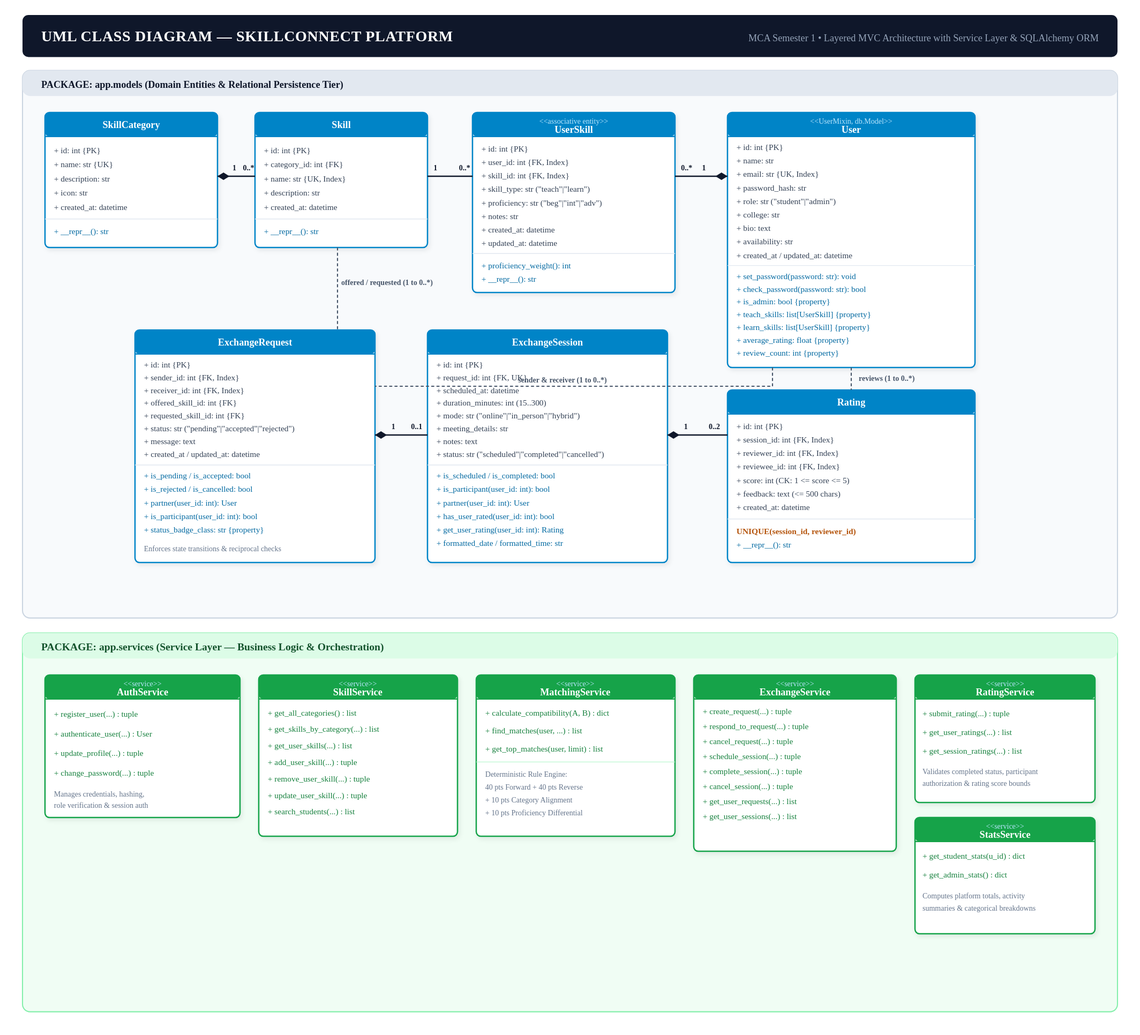
The PlantUML diagram docs/class_diagram.svg in komalbhalshankar/SkillConnect, before a commit. Its source is kept beside it as docs/class_diagram.puml. Source of this version:
```plantuml
@startuml SkillConnect_Class_Diagram
skinparam packageStyle rectangle
skinparam shadowing false
skinparam classAttributeIconSize 0
skinparam classFontStyle bold
skinparam classFontSize 11
skinparam classAttributeFontSize 10
skinparam classBorderColor #0284C7
skinparam classBackgroundColor #FFFFFF
skinparam arrowColor #334155
skinparam arrowFontSize 10

package "Models (SQLAlchemy ORM Entities)" #F8FAFC {

  class User {
    + id: int {PK}
    + name: string(120)
    + email: string(180) {UK}
    + password_hash: string(255)
    + role: string(20)
    + college: string(180)
    + bio: text
    + availability: string(120)
    + created_at: datetime
    + updated_at: datetime
    --
    + set_password(password: str): void
    + check_password(password: str): bool
    + is_admin(): bool
    + teach_skills(): list[UserSkill]
    + learn_skills(): list[UserSkill]
    + average_rating(): float
    + review_count(): int
  }

  class SkillCategory {
    + id: int {PK}
    + name: string(80) {UK}
    + description: string(255)
    + icon: string(50)
    + created_at: datetime
  }

  class Skill {
    + id: int {PK}
    + category_id: int {FK}
    + name: string(100) {UK}
    + description: string(255)
    + created_at: datetime
  }

  class UserSkill {
    + id: int {PK}
    + user_id: int {FK}
    + skill_id: int {FK}
    + skill_type: string(10)
    + proficiency: string(20)
    + notes: string(255)
    + created_at: datetime
    + updated_at: datetime
    --
    + proficiency_weight(): int
  }

  class ExchangeRequest {
    + id: int {PK}
    + sender_id: int {FK}
    + receiver_id: int {FK}
    + offered_skill_id: int {FK}
    + requested_skill_id: int {FK}
    + status: string(20)
    + message: text
    + created_at: datetime
    + updated_at: datetime
    --
    + is_pending(): bool
    + is_accepted(): bool
    + is_rejected(): bool
    + is_cancelled(): bool
    + partner(user_id: int): User
    + is_participant(user_id: int): bool
  }

  class ExchangeSession {
    + id: int {PK}
    + request_id: int {FK, UK}
    + scheduled_at: datetime
    + duration_minutes: int
    + mode: string(20)
    + meeting_details: string(255)
    + notes: text
    + status: string(20)
    + created_at: datetime
    + updated_at: datetime
    --
    + is_scheduled(): bool
    + is_completed(): bool
    + is_cancelled(): bool
    + formatted_date(): str
    + formatted_time(): str
    + is_participant(user_id: int): bool
    + partner(user_id: int): User
    + has_user_rated(user_id: int): bool
    + get_user_rating(user_id: int): Rating
  }

  class Rating {
    + id: int {PK}
    + session_id: int {FK}
    + reviewer_id: int {FK}
    + reviewee_id: int {FK}
    + score: int
    + feedback: text
    + created_at: datetime
  }
}

package "Services (Business Logic Layer)" #EFF6FF {

  class AuthService <<service>> {
    + register_user(...)
    + authenticate_user(...)
    + update_profile(...)
    + change_password(...)
  }

  class SkillService <<service>> {
    + get_all_categories()
    + get_all_skills()
    + get_skills_by_category(...)
    + get_user_skills(...)
    + add_user_skill(...)
    + remove_user_skill(...)
    + search_students(...)
  }

  class MatchingService <<service>> {
    + calculate_compatibility(user_a, user_b)
    + find_matches(user, ...)
    + get_top_matches(user, limit)
  }

  class ExchangeService <<service>> {
    + create_request(...)
    + respond_to_request(...)
    + cancel_request(...)
    + schedule_session(...)
    + complete_session(...)
    + cancel_session(...)
  }

  class RatingService <<service>> {
    + submit_rating(...)
    + get_user_ratings(...)
    + get_session_ratings(...)
  }

  class StatsService <<service>> {
    + get_student_dashboard_stats(...)
    + get_admin_platform_stats(...)
  }
}

User "1" *-- "0..*" UserSkill : owns
SkillCategory "1" *-- "0..*" Skill : classifies
Skill "1" -- "0..*" UserSkill : referenced in

User "1" -- "0..*" ExchangeRequest : sender
User "1" -- "0..*" ExchangeRequest : receiver
Skill "1" -- "0..*" ExchangeRequest : offered
Skill "1" -- "0..*" ExchangeRequest : requested

ExchangeRequest "1" *-- "0..1" ExchangeSession : schedules
ExchangeSession "1" *-- "0..2" Rating : evaluated in

User "1" -- "0..*" Rating : reviewer
User "1" -- "0..*" Rating : reviewee

AuthService ..> User
SkillService ..> Skill
SkillService ..> UserSkill
MatchingService ..> UserSkill
ExchangeService ..> ExchangeRequest
ExchangeService ..> ExchangeSession
RatingService ..> Rating
RatingService ..> ExchangeSession
StatsService ..> User
StatsService ..> ExchangeSession

@enduml
```
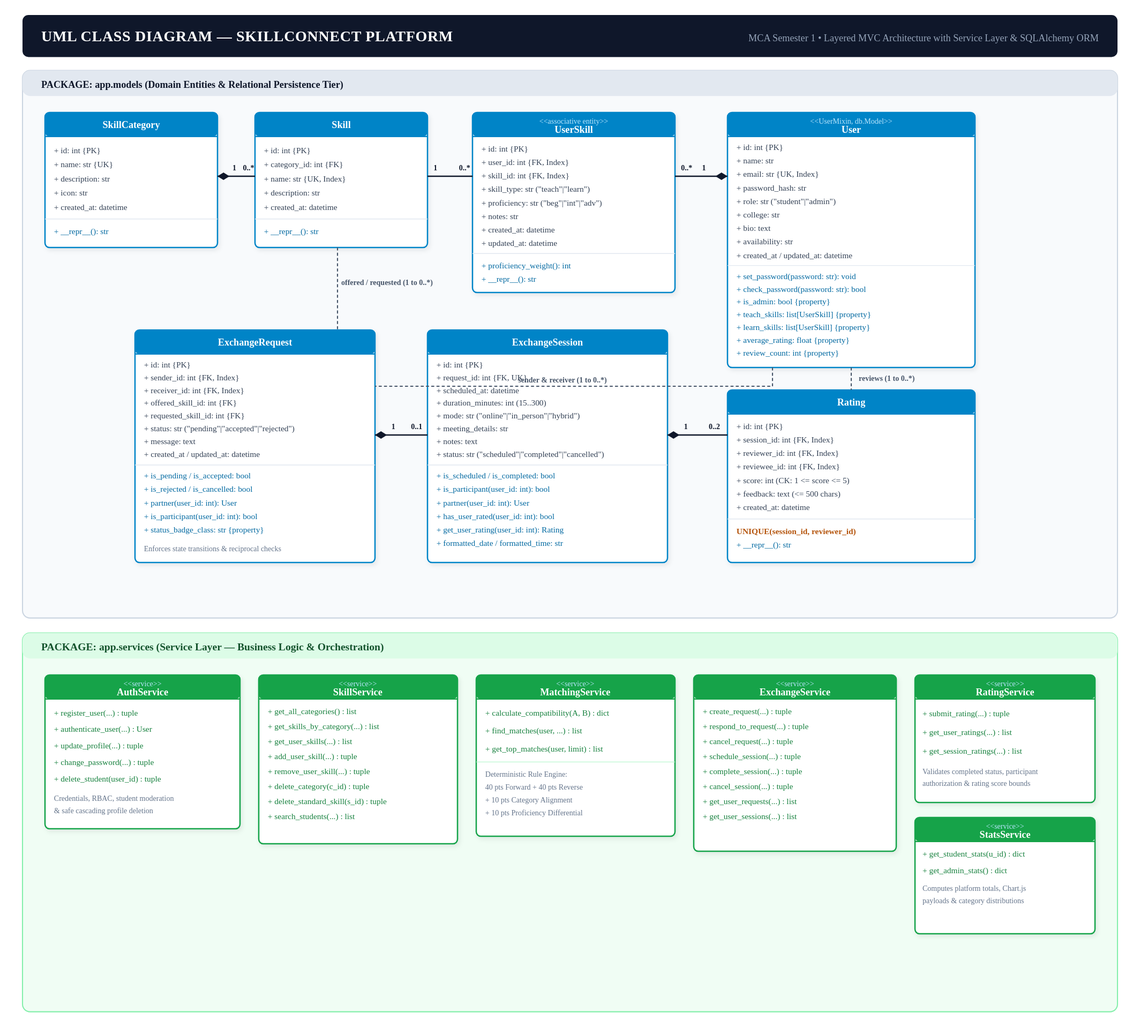
After the change.

The edit, as a diff of the source:
```diff
@@ -122,6 +122,7 @@
     + authenticate_user(...)
     + update_profile(...)
     + change_password(...)
+    + delete_student(user_id: int): tuple
   }
 
   class SkillService <<service>> {
@@ -132,6 +133,8 @@
     + add_user_skill(...)
     + remove_user_skill(...)
     + search_students(...)
+    + delete_category(category_id: int): tuple
+    + delete_standard_skill(skill_id: int): tuple
   }
 
   class MatchingService <<service>> {
```
